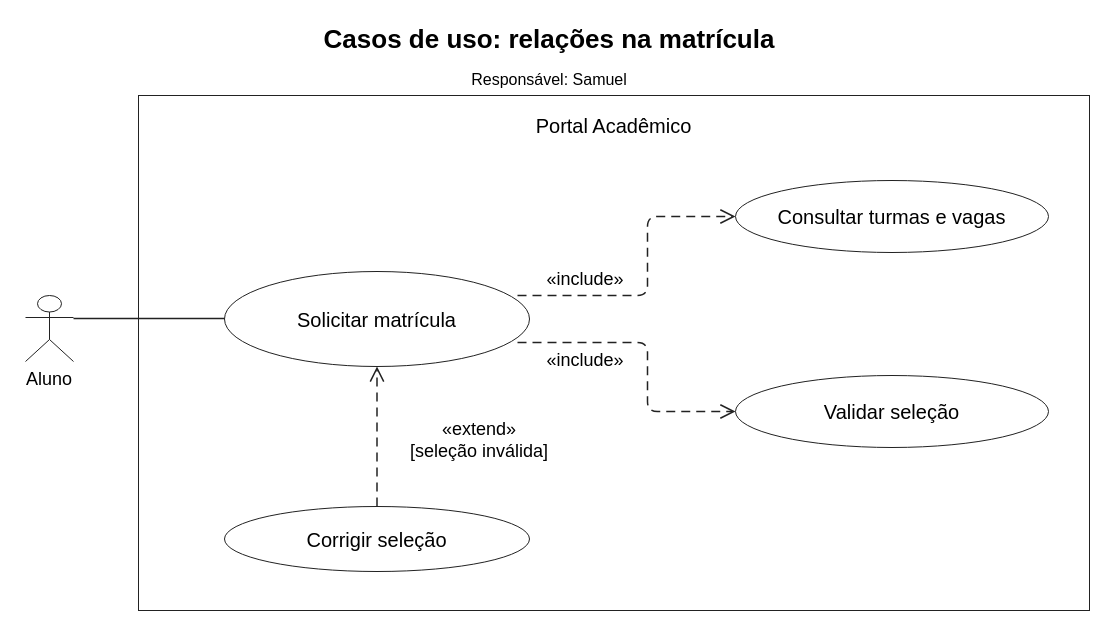
The draw.io diagram diagramas/casos-de-uso/matricula-include-extend.drawio in samunovasideias/pp1-site-faculdade-uml, before the edit. Source tidied: cells renumbered, new cells numbered last; positions are measured from the earlier drawing's top-left corner, leaving out a move shared by most shapes. Both pictures are drawn from the tidied source at 100%, with x=0, y=0 at pixel (25, 17).
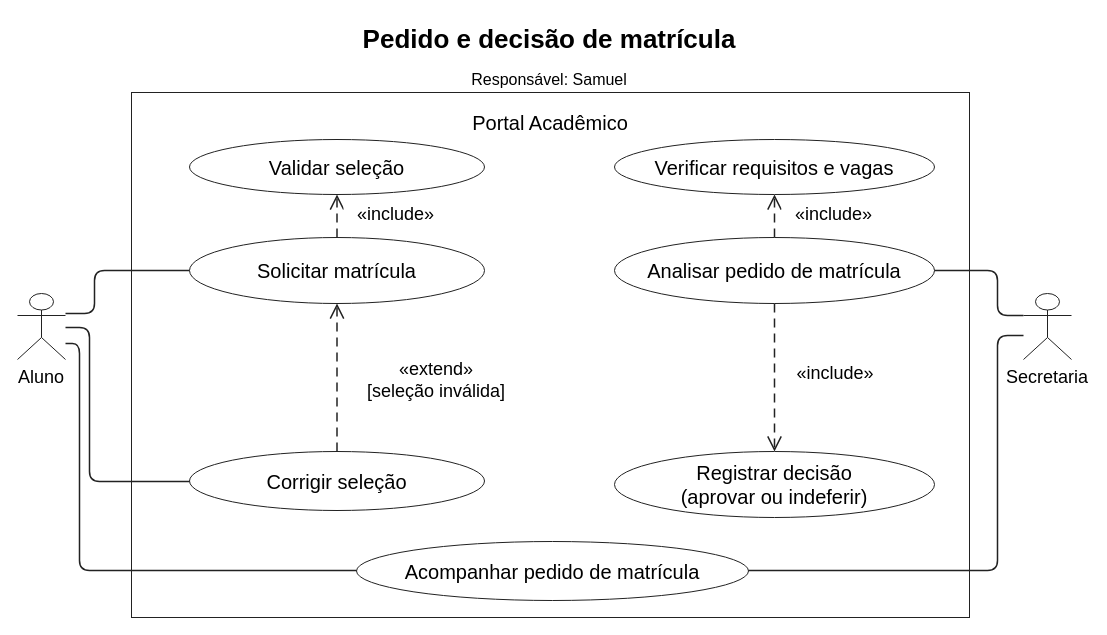
The same diagram, later.

Commit message (it also covers changes not shown here):
Modela colaboração dos atores e aprovação da matrícula

What changed in the source:
```diff
@@
-    <mxCell id="2" value="Casos de uso: relações na matrícula" style="text;whiteSpace=wrap;align=center;verticalAlign=middle;strokeColor=none;fillColor=none;fontColor=#000000;fontSize=26;fontStyle=1;" parent="1" vertex="1">
+    <mxCell id="2" value="Pedido e decisão de matrícula" style="text;whiteSpace=wrap;align=center;verticalAlign=middle;strokeColor=none;fillColor=none;fontColor=#000000;fontSize=26;fontStyle=1;" parent="1" vertex="1">
       <mxGeometry x="4" width="1040" height="44" as="geometry" />
     </mxCell>
@@
     <mxCell id="4" value="Portal Acadêmico" style="verticalAlign=top;spacingTop=12;whiteSpace=wrap;html=0;align=center;fillColor=#ffffff;strokeColor=#222222;fontColor=#000000;fontSize=20;" parent="1" vertex="1">
-      <mxGeometry x="113" y="78" width="951" height="515" as="geometry" />
+      <mxGeometry x="106" y="75" width="838" height="525" as="geometry" />
     </mxCell>
     <mxCell id="5" value="Aluno" style="shape=umlActor;verticalLabelPosition=bottom;verticalAlign=top;align=center;fillColor=#ffffff;strokeColor=#222222;fontColor=#000000;fontSize=18;" parent="1" vertex="1">
-      <mxGeometry y="278" width="48" height="66" as="geometry" />
+      <mxGeometry x="-8" y="276" width="48" height="66" as="geometry" />
     </mxCell>
+    <mxCell id="17" value="Secretaria" style="shape=umlActor;verticalLabelPosition=bottom;verticalAlign=top;align=center;fillColor=#ffffff;strokeColor=#222222;fontColor=#000000;fontSize=18;" parent="1" vertex="1">
+      <mxGeometry x="998" y="276" width="48" height="66" as="geometry" />
+    </mxCell>
     <mxCell id="6" value="Solicitar matrícula" style="ellipse;whiteSpace=wrap;html=0;align=center;fillColor=#ffffff;strokeColor=#222222;fontColor=#000000;fontSize=20;" parent="1" vertex="1">
-      <mxGeometry x="199" y="254" width="305" height="95" as="geometry" />
+      <mxGeometry x="164" y="220" width="295" height="66" as="geometry" />
     </mxCell>
-    <mxCell id="7" value="Consultar turmas e vagas" style="ellipse;whiteSpace=wrap;html=0;align=center;fillColor=#ffffff;strokeColor=#222222;fontColor=#000000;fontSize=20;" parent="1" vertex="1">
-      <mxGeometry x="710" y="163" width="313" height="72" as="geometry" />
-    </mxCell>
+    <mxCell id="18" value="Analisar pedido de matrícula" style="ellipse;whiteSpace=wrap;html=0;align=center;fillColor=#ffffff;strokeColor=#222222;fontColor=#000000;fontSize=20;" parent="1" vertex="1">
+      <mxGeometry x="589" y="220" width="320" height="66" as="geometry" />
+    </mxCell>
+    <mxCell id="19" value="Acompanhar pedido de matrícula" style="ellipse;whiteSpace=wrap;html=0;align=center;fillColor=#ffffff;strokeColor=#222222;fontColor=#000000;fontSize=20;" parent="1" vertex="1">
+      <mxGeometry x="331" y="524" width="392" height="59" as="geometry" />
+    </mxCell>
     <mxCell id="8" value="Validar seleção" style="ellipse;whiteSpace=wrap;html=0;align=center;fillColor=#ffffff;strokeColor=#222222;fontColor=#000000;fontSize=20;" parent="1" vertex="1">
-      <mxGeometry x="710" y="358" width="313" height="72" as="geometry" />
+      <mxGeometry x="164" y="122" width="295" height="55" as="geometry" />
     </mxCell>
+    <mxCell id="20" value="Verificar requisitos e vagas" style="ellipse;whiteSpace=wrap;html=0;align=center;fillColor=#ffffff;strokeColor=#222222;fontColor=#000000;fontSize=20;" parent="1" vertex="1">
+      <mxGeometry x="589" y="122" width="320" height="55" as="geometry" />
+    </mxCell>
     <mxCell id="9" value="Corrigir seleção" style="ellipse;whiteSpace=wrap;html=0;align=center;fillColor=#ffffff;strokeColor=#222222;fontColor=#000000;fontSize=20;" parent="1" vertex="1">
-      <mxGeometry x="199" y="489" width="305" height="65" as="geometry" />
+      <mxGeometry x="164" y="434" width="295" height="59" as="geometry" />
     </mxCell>
+    <mxCell id="21" value="Registrar decisão&#10;(aprovar ou indeferir)" style="ellipse;whiteSpace=wrap;html=0;align=center;fillColor=#ffffff;strokeColor=#222222;fontColor=#000000;fontSize=20;" parent="1" vertex="1">
+      <mxGeometry x="589" y="434" width="320" height="66" as="geometry" />
+    </mxCell>
-    <mxCell id="10" style="edgeStyle=none;strokeColor=#222222;strokeWidth=1.5;html=0;endArrow=none;exitX=1;exitY=0.3484848484848485;exitPerimeter=0;entryX=0;entryY=0.49473684210526314;entryPerimeter=0;" parent="1" edge="1" source="5" target="6">
-      <mxGeometry relative="1" as="geometry" />
+    <mxCell id="10" style="edgeStyle=none;strokeColor=#222222;strokeWidth=1.5;html=0;endArrow=none;exitX=1;exitY=0.30303030303030304;exitPerimeter=0;entryX=0;entryY=0.5;entryPerimeter=0;" parent="1" edge="1" source="5" target="6">
+      <mxGeometry relative="1" as="geometry">
+        <Array as="points">
+          <mxPoint x="69" y="296" />
+          <mxPoint x="69" y="253" />
+        </Array>
+      </mxGeometry>
     </mxCell>
-    <mxCell id="11" style="edgeStyle=none;strokeColor=#222222;strokeWidth=1.5;html=0;dashed=1;dashPattern=6 4;endArrow=open;endFill=0;endSize=12;exitX=0.9606557377049181;exitY=0.25263157894736843;exitPerimeter=0;entryX=0;entryY=0.5;entryPerimeter=0;" parent="1" edge="1" source="6" target="7">
-      <mxGeometry relative="1" as="geometry">
-        <Array as="points">
-          <mxPoint x="622" y="278" />
-          <mxPoint x="622" y="199" />
-        </Array>
-      </mxGeometry>
-    </mxCell>
-    <mxCell id="12" value="«include»" style="text;whiteSpace=wrap;align=center;verticalAlign=middle;strokeColor=none;fillColor=#ffffff;fontColor=#000000;fontSize=18;" parent="1" vertex="1">
-      <mxGeometry x="509" y="249" width="102" height="25" as="geometry" />
-    </mxCell>
+    <mxCell id="22" style="edgeStyle=none;strokeColor=#222222;strokeWidth=1.5;html=0;endArrow=none;exitX=1;exitY=0.5151515151515151;exitPerimeter=0;entryX=0;entryY=0.5084745762711864;entryPerimeter=0;" parent="1" edge="1" source="5" target="9">
+      <mxGeometry relative="1" as="geometry">
+        <Array as="points">
+          <mxPoint x="64" y="310" />
+          <mxPoint x="64" y="464" />
+        </Array>
+      </mxGeometry>
+    </mxCell>
+    <mxCell id="23" style="edgeStyle=none;strokeColor=#222222;strokeWidth=1.5;html=0;endArrow=none;exitX=1;exitY=0.7575757575757576;exitPerimeter=0;entryX=0;entryY=0.4915254237288136;entryPerimeter=0;" parent="1" edge="1" source="5" target="19">
+      <mxGeometry relative="1" as="geometry">
+        <Array as="points">
+          <mxPoint x="54" y="326" />
+          <mxPoint x="54" y="553" />
+        </Array>
+      </mxGeometry>
+    </mxCell>
+    <mxCell id="24" style="edgeStyle=none;strokeColor=#222222;strokeWidth=1.5;html=0;endArrow=none;exitX=0;exitY=0.3333333333333333;exitPerimeter=0;entryX=1;entryY=0.5;entryPerimeter=0;" parent="1" edge="1" source="17" target="18">
+      <mxGeometry relative="1" as="geometry">
+        <Array as="points">
+          <mxPoint x="972" y="298" />
+          <mxPoint x="972" y="253" />
+        </Array>
+      </mxGeometry>
+    </mxCell>
+    <mxCell id="25" style="edgeStyle=none;strokeColor=#222222;strokeWidth=1.5;html=0;endArrow=none;exitX=0;exitY=0.6363636363636364;exitPerimeter=0;entryX=1;entryY=0.4915254237288136;entryPerimeter=0;" parent="1" edge="1" source="17" target="19">
+      <mxGeometry relative="1" as="geometry">
+        <Array as="points">
+          <mxPoint x="972" y="318" />
+          <mxPoint x="972" y="553" />
+        </Array>
+      </mxGeometry>
+    </mxCell>
-    <mxCell id="13" style="edgeStyle=none;strokeColor=#222222;strokeWidth=1.5;html=0;dashed=1;dashPattern=6 4;endArrow=open;endFill=0;endSize=12;exitX=0.9606557377049181;exitY=0.7473684210526316;exitPerimeter=0;entryX=0;entryY=0.5;entryPerimeter=0;" parent="1" edge="1" source="6" target="8">
-      <mxGeometry relative="1" as="geometry">
-        <Array as="points">
-          <mxPoint x="622" y="325" />
-          <mxPoint x="622" y="394" />
-        </Array>
-      </mxGeometry>
+    <mxCell id="13" style="edgeStyle=none;strokeColor=#222222;strokeWidth=1.5;html=0;dashed=1;dashPattern=6 4;endArrow=open;endFill=0;endSize=12;exitX=0.5;exitY=0;exitPerimeter=0;entryX=0.5;entryY=1;entryPerimeter=0;" parent="1" edge="1" source="6" target="8">
+      <mxGeometry relative="1" as="geometry" />
     </mxCell>
-    <mxCell id="14" value="«include»" style="text;whiteSpace=wrap;align=center;verticalAlign=middle;strokeColor=none;fillColor=#ffffff;fontColor=#000000;fontSize=18;" parent="1" vertex="1">
-      <mxGeometry x="509" y="330" width="102" height="25" as="geometry" />
-    </mxCell>
+    <mxCell id="26" value="«include»" style="text;whiteSpace=wrap;align=center;verticalAlign=middle;strokeColor=none;fillColor=#ffffff;fontColor=#000000;fontSize=18;" parent="1" vertex="1">
+      <mxGeometry x="318" y="182" width="105" height="30" as="geometry" />
+    </mxCell>
+    <mxCell id="27" style="edgeStyle=none;strokeColor=#222222;strokeWidth=1.5;html=0;dashed=1;dashPattern=6 4;endArrow=open;endFill=0;endSize=12;exitX=0.5;exitY=0;exitPerimeter=0;entryX=0.5;entryY=1;entryPerimeter=0;" parent="1" edge="1" source="18" target="20">
+      <mxGeometry relative="1" as="geometry" />
+    </mxCell>
+    <mxCell id="28" value="«include»" style="text;whiteSpace=wrap;align=center;verticalAlign=middle;strokeColor=none;fillColor=#ffffff;fontColor=#000000;fontSize=18;" parent="1" vertex="1">
+      <mxGeometry x="756" y="182" width="105" height="30" as="geometry" />
+    </mxCell>
+    <mxCell id="29" style="edgeStyle=none;strokeColor=#222222;strokeWidth=1.5;html=0;dashed=1;dashPattern=6 4;endArrow=open;endFill=0;endSize=12;exitX=0.5;exitY=1;exitPerimeter=0;entryX=0.5;entryY=0;entryPerimeter=0;" parent="1" edge="1" source="18" target="21">
+      <mxGeometry relative="1" as="geometry" />
+    </mxCell>
+    <mxCell id="30" value="«include»" style="text;whiteSpace=wrap;align=center;verticalAlign=middle;strokeColor=none;fillColor=#ffffff;fontColor=#000000;fontSize=18;" parent="1" vertex="1">
+      <mxGeometry x="759" y="341" width="102" height="30" as="geometry" />
+    </mxCell>
@@
     <mxCell id="16" value="«extend»&#10;[seleção inválida]" style="text;whiteSpace=wrap;align=center;verticalAlign=middle;strokeColor=none;fillColor=#ffffff;fontColor=#000000;fontSize=18;" parent="1" vertex="1">
-      <mxGeometry x="367" y="396" width="174" height="54" as="geometry" />
+      <mxGeometry x="323" y="334" width="176" height="57" as="geometry" />
     </mxCell>
```
